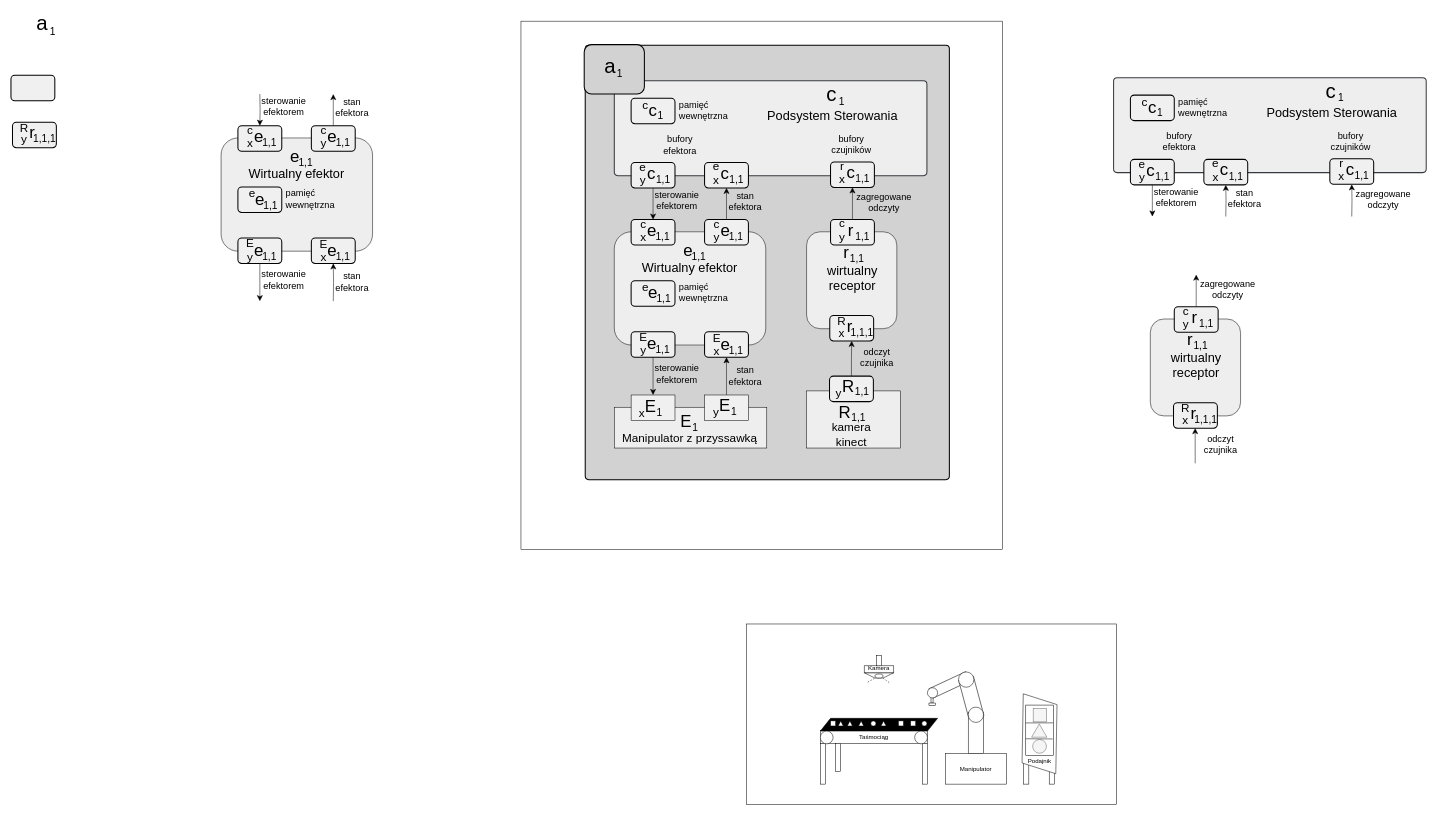
Above: isr.drawio in kbieniekpw/drawio_projects (draw.io), before the change. Source tidied: cells renumbered, new cells numbered last; positions are measured from the earlier drawing's top-left corner, leaving out a move shared by most shapes. Both pictures are drawn from the tidied source at 51%, with x=0, y=0 at pixel (9, 9).
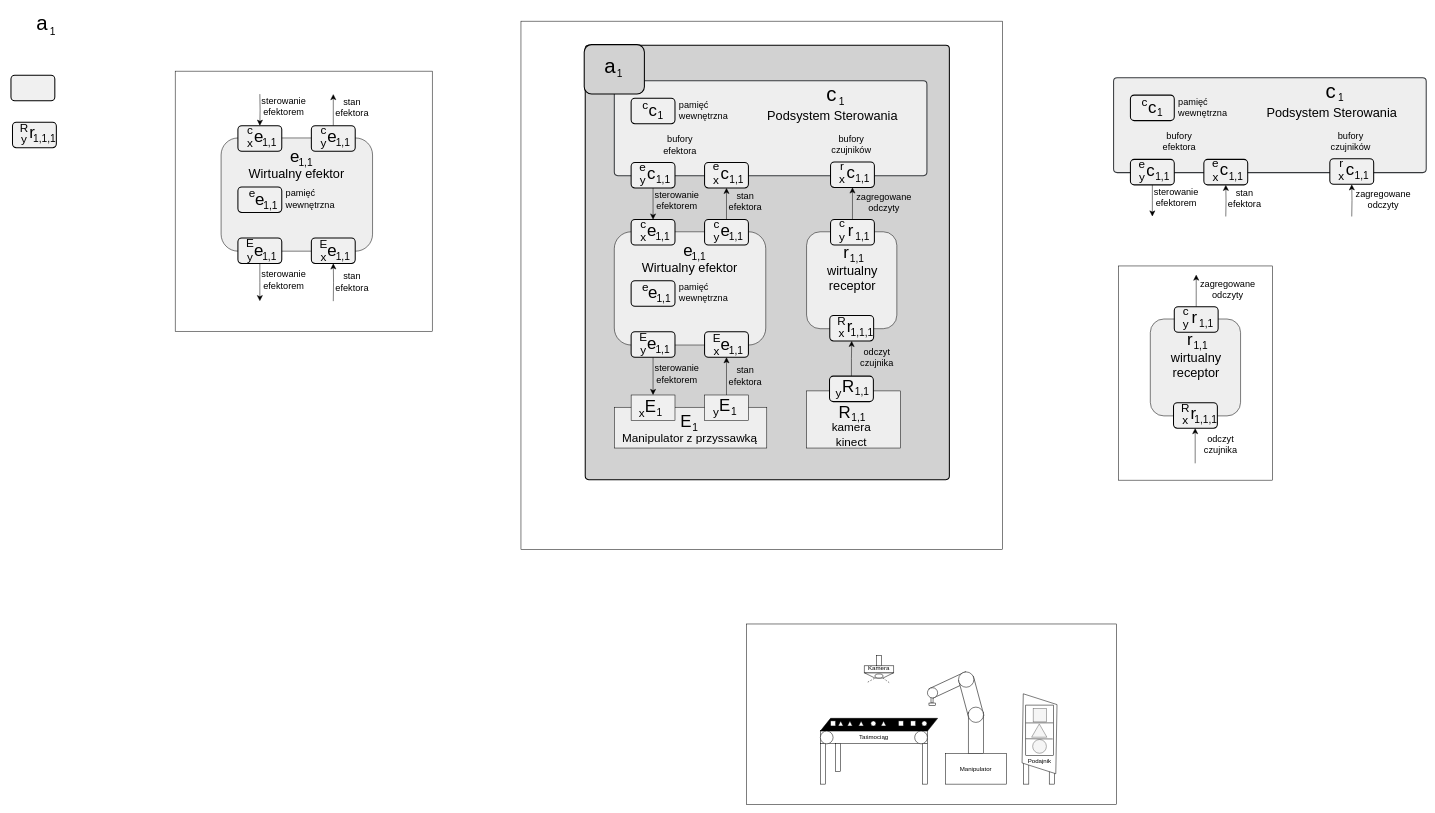
Above is the later version.

The edit, as a diff of the source:
```diff
@@
+    <mxCell id="248" style="rounded=0;whiteSpace=wrap;html=1;" parent="1" vertex="1">
+      <mxGeometry x="2175.5" y="504" width="302" height="420" as="geometry" />
+    </mxCell>
+    <mxCell id="249" style="rounded=0;whiteSpace=wrap;html=1;" parent="1" vertex="1">
+      <mxGeometry x="326" y="122" width="504" height="510" as="geometry" />
+    </mxCell>
```
